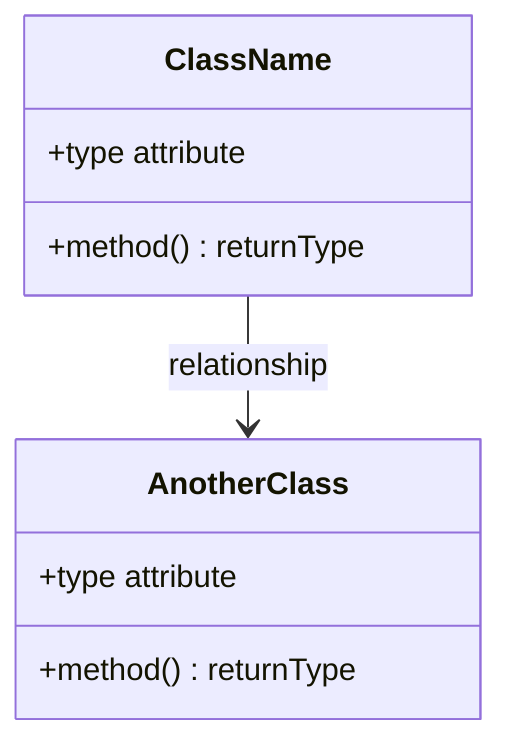
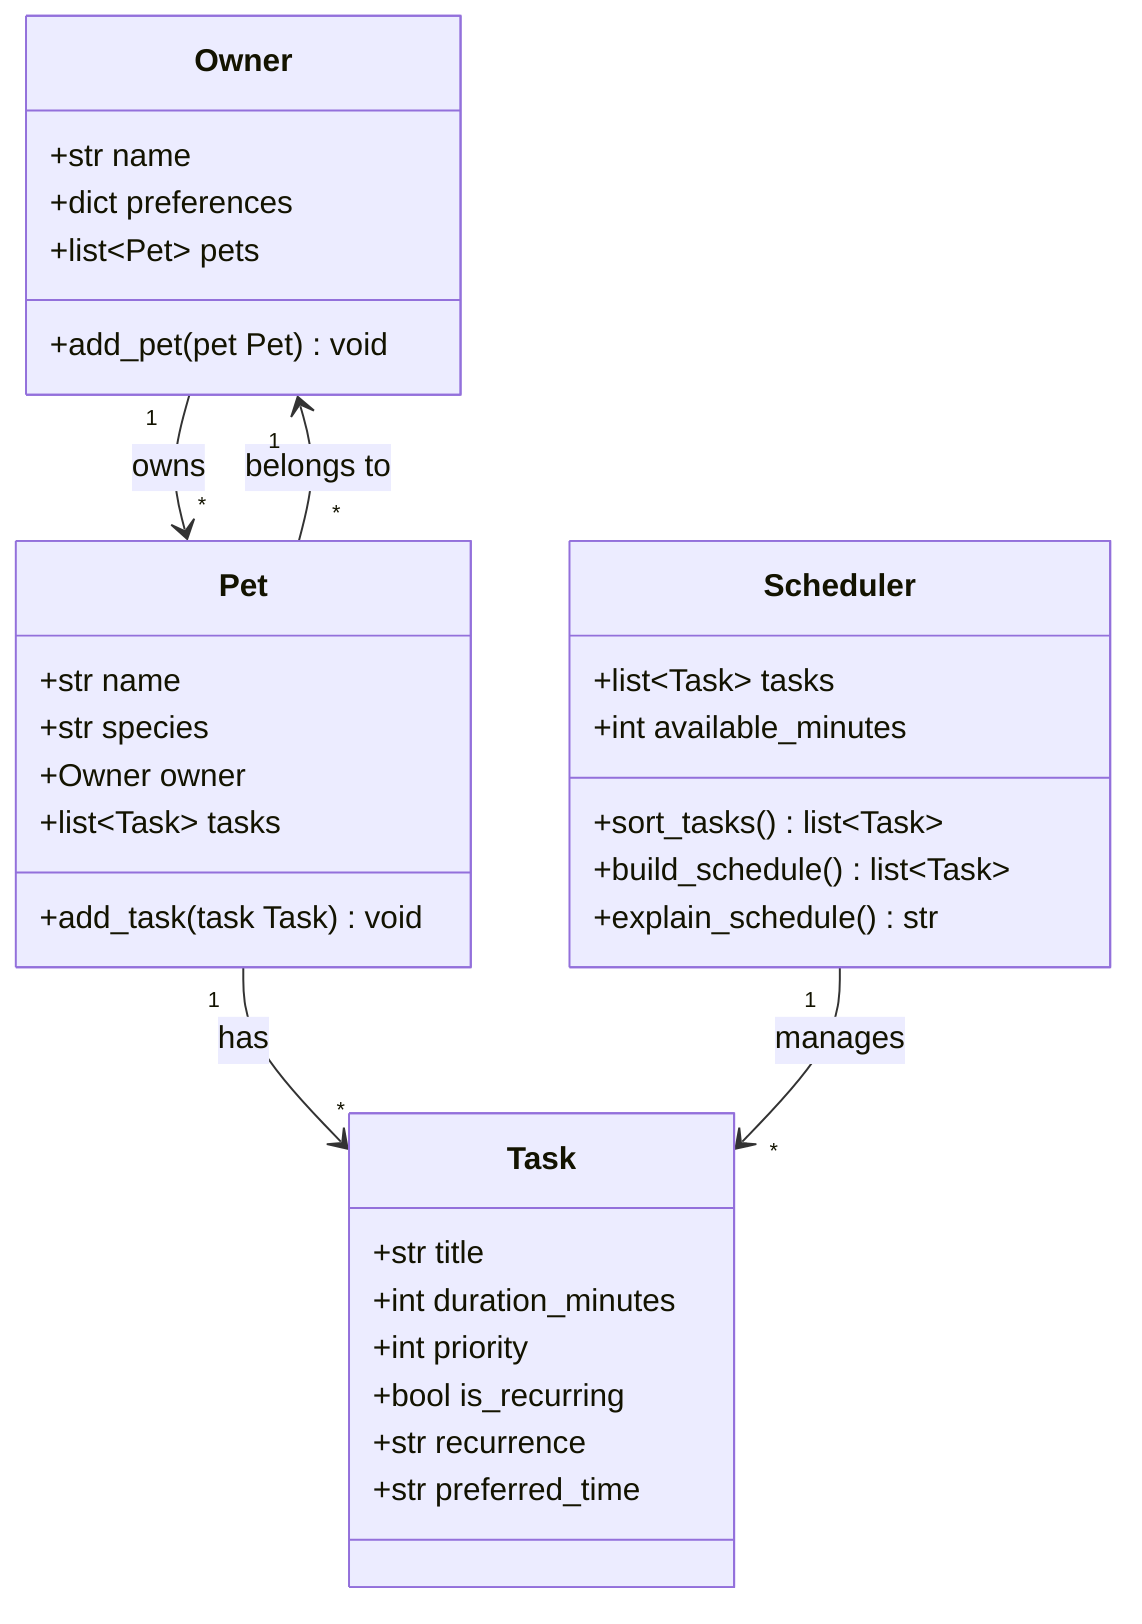
classDiagram
-     %% Replace the placeholders below with your actual classes, attributes, methods, and relationships.
+     %% PawPal+ — pet care scheduling app
    %% Keep this file updated so it matches your final implementation.

-     class ClassName {
-         +type attribute
-         +method() returnType
+     class Owner {
+         +str name
+         +dict preferences
+         +list~Pet~ pets
+         +add_pet(pet Pet) void
    }

-     class AnotherClass {
-         +type attribute
-         +method() returnType
+     class Pet {
+         +str name
+         +str species
+         +Owner owner
+         +list~Task~ tasks
+         +add_task(task Task) void
    }

-     ClassName --> AnotherClass : relationship
+     class Task {
+         +str title
+         +int duration_minutes
+         +int priority
+         +bool is_recurring
+         +str recurrence
+         +str preferred_time
+     }
+ 
+     class Scheduler {
+         +list~Task~ tasks
+         +int available_minutes
+         +sort_tasks() list~Task~
+         +build_schedule() list~Task~
+         +explain_schedule() str
+     }
+ 
+     Owner "1" --> "*" Pet : owns
+     Pet "*" --> "1" Owner : belongs to
+     Pet "1" --> "*" Task : has
+     Scheduler "1" --> "*" Task : manages
